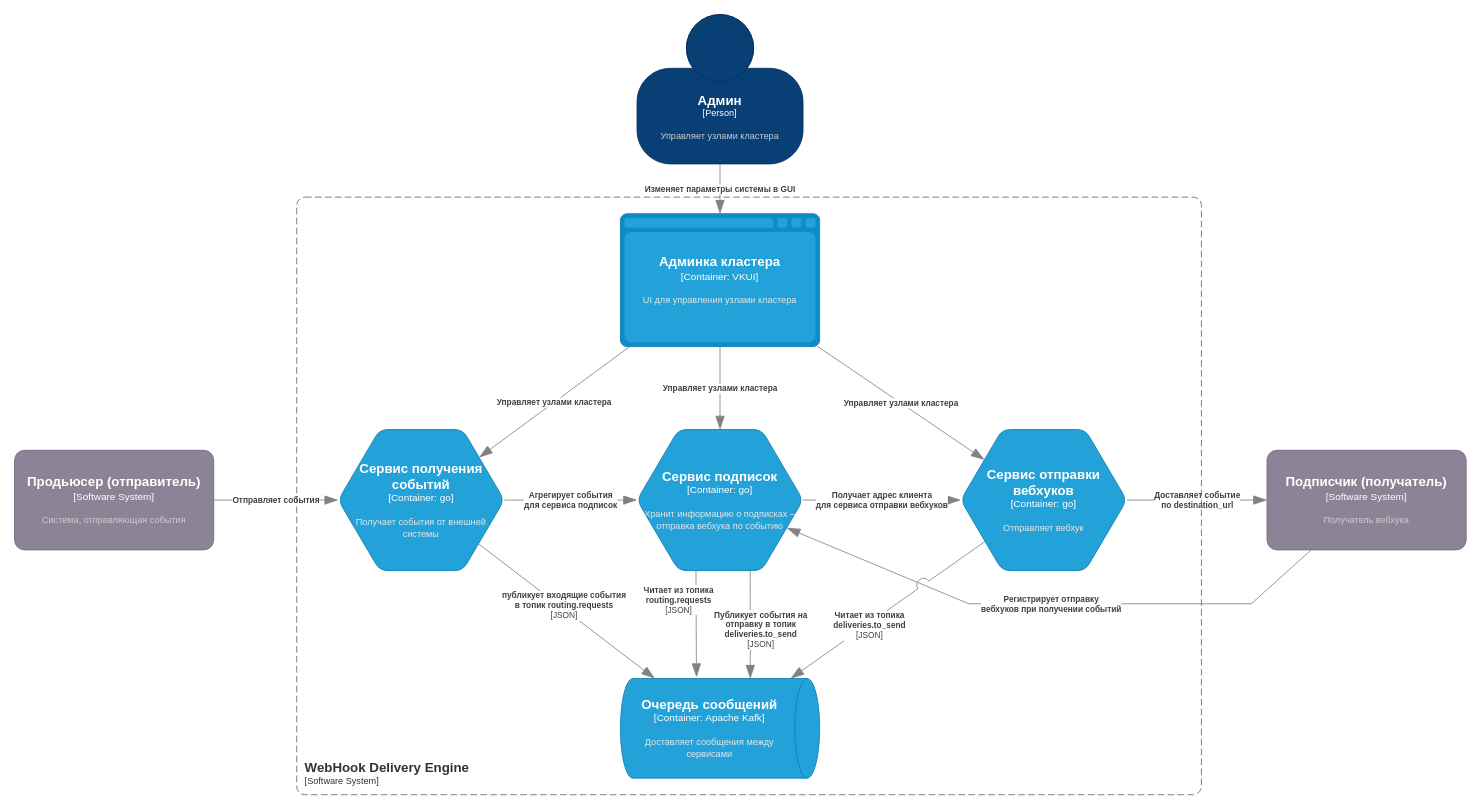
Above: docs/resources/c4-container.drawio in dws-1-2026-green/wiki (draw.io), before the change. Source tidied: cells renumbered, new cells numbered last; positions are measured from the earlier drawing's top-left corner, leaving out a move shared by most shapes. Both pictures are drawn from the tidied source at 83%, with x=0, y=0 at pixel (14, 14).
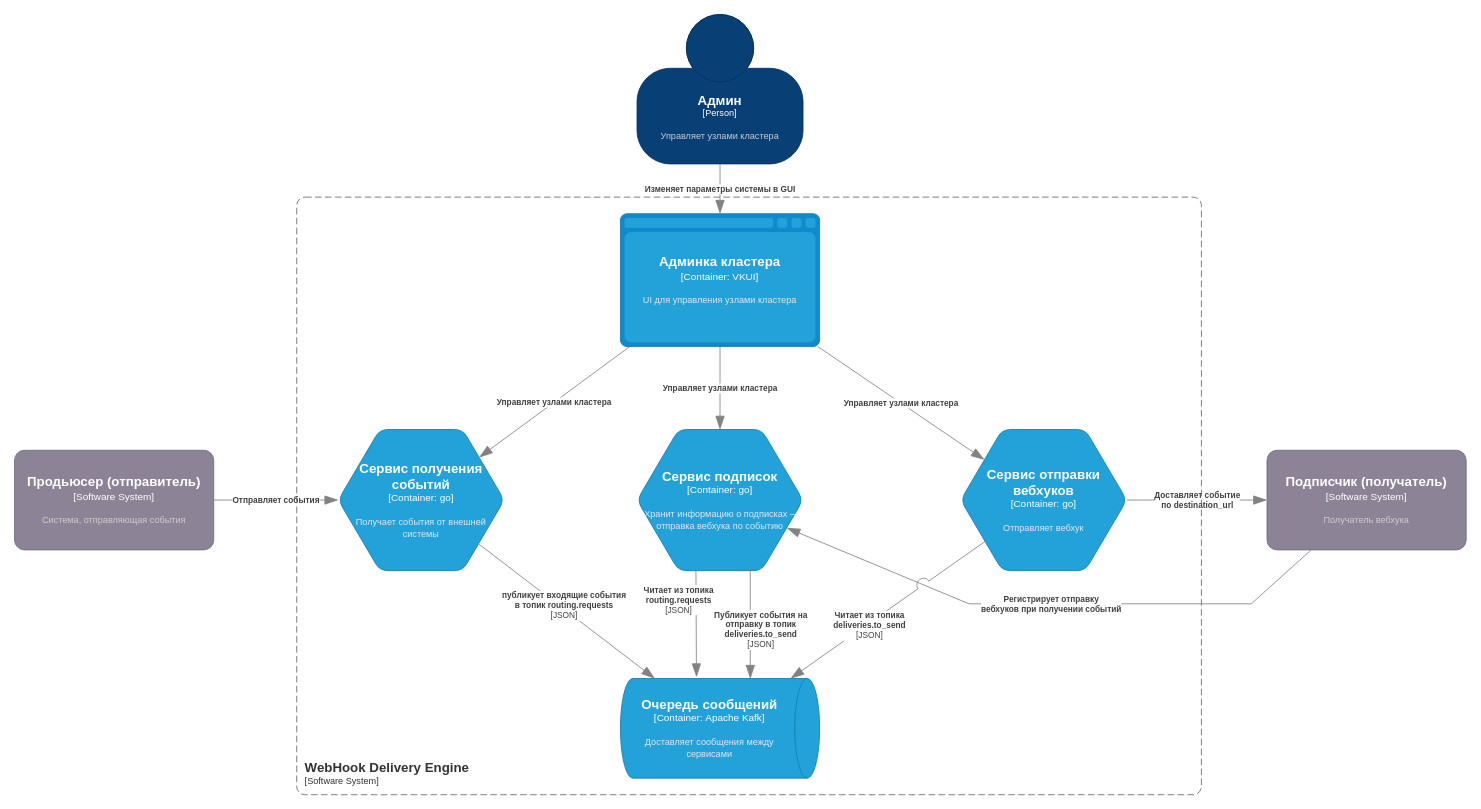
After the change.

Commit message:
Update c4-container: remove direct service interaction

Unchanged cells that the change refers to:
```xml
<object id="16" label="&lt;font style=&quot;font-size: 16px&quot;&gt;&lt;b&gt;%c4Name%&lt;/b&gt;&lt;/font&gt;&lt;div&gt;[%c4Type%:&amp;nbsp;%c4Technology%]&lt;/div&gt;&lt;br&gt;&lt;div&gt;&lt;font style=&quot;font-size: 11px&quot;&gt;&lt;font color=&quot;#E6E6E6&quot;&gt;%c4Description%&lt;/font&gt;&lt;/div&gt;" c4Description="Получает события от внешней системы" c4Name="Сервис получения событий" c4Technology="go" c4Type="Container" placeholders="1">
  <mxCell style="shape=hexagon;size=50;perimeter=hexagonPerimeter2;whiteSpace=wrap;html=1;fixedSize=1;rounded=1;labelBackgroundColor=none;fillColor=#23A2D9;fontSize=12;fontColor=#ffffff;align=center;strokeColor=#0E7DAD;points=[[0.5,0,0],[1,0.25,0],[1,0.5,0],[1,0.75,0],[0.5,1,0],[0,0.75,0],[0,0.5,0],[0,0.25,0]];" parent="1" vertex="1">
    <mxGeometry x="390" y="500" width="200" height="170" as="geometry" />
  </mxCell>
</object>
<object id="17" label="&lt;font style=&quot;font-size: 16px&quot;&gt;&lt;b&gt;%c4Name%&lt;/b&gt;&lt;/font&gt;&lt;div&gt;[%c4Type%:&amp;nbsp;%c4Technology%]&lt;/div&gt;&lt;br&gt;&lt;div&gt;&lt;font style=&quot;font-size: 11px&quot;&gt;&lt;font color=&quot;#E6E6E6&quot;&gt;%c4Description%&lt;/font&gt;&lt;/div&gt;" c4Description="Хранит информацию о подписках – отправка вебхука по событию" c4Name="Сервис подписок" c4Technology="go" c4Type="Container" placeholders="1">
  <mxCell style="shape=hexagon;size=50;perimeter=hexagonPerimeter2;whiteSpace=wrap;html=1;fixedSize=1;rounded=1;labelBackgroundColor=none;fillColor=#23A2D9;fontSize=12;fontColor=#ffffff;align=center;strokeColor=#0E7DAD;points=[[0.5,0,0],[1,0.25,0],[1,0.5,0],[1,0.75,0],[0.5,1,0],[0,0.75,0],[0,0.5,0],[0,0.25,0]];" parent="1" vertex="1">
    <mxGeometry x="750" y="500" width="200" height="170" as="geometry" />
  </mxCell>
</object>
<object id="18" label="&lt;font style=&quot;font-size: 16px&quot;&gt;&lt;b&gt;%c4Name%&lt;/b&gt;&lt;/font&gt;&lt;div&gt;[%c4Type%:&amp;nbsp;%c4Technology%]&lt;/div&gt;&lt;br&gt;&lt;div&gt;&lt;font style=&quot;font-size: 11px&quot;&gt;&lt;font color=&quot;#E6E6E6&quot;&gt;%c4Description%&lt;/font&gt;&lt;/div&gt;" c4Description="Отправляет вебхук " c4Name="Сервис отправки вебхуков" c4Technology="go" c4Type="Container" placeholders="1">
  <mxCell style="shape=hexagon;size=50;perimeter=hexagonPerimeter2;whiteSpace=wrap;html=1;fixedSize=1;rounded=1;labelBackgroundColor=none;fillColor=#23A2D9;fontSize=12;fontColor=#ffffff;align=center;strokeColor=#0E7DAD;points=[[0.5,0,0],[1,0.25,0],[1,0.5,0],[1,0.75,0],[0.5,1,0],[0,0.75,0],[0,0.5,0],[0,0.25,0]];" parent="1" vertex="1">
    <mxGeometry x="1140" y="500" width="200" height="170" as="geometry" />
  </mxCell>
</object>
```

What changed in the source:
```diff
@@
-    <object id="12" label="&lt;div style=&quot;text-align: left&quot;&gt;&lt;div style=&quot;text-align: center&quot;&gt;&lt;b&gt;%c4Description%&lt;/b&gt;&lt;/div&gt;" c4Description="Агрегирует события&#10;для сервиса подписок" placeholders="1">
-      <mxCell style="endArrow=blockThin;html=1;fontSize=10;fontColor=#404040;strokeWidth=1;endFill=1;strokeColor=#828282;elbow=vertical;endSize=14;startSize=14;jumpStyle=arc;jumpSize=16;rounded=0;" parent="1" edge="1" source="16" target="17">
-        <mxGeometry relative="1" as="geometry" />
-      </mxCell>
-    </object>
-    <object id="13" label="&lt;div style=&quot;text-align: left&quot;&gt;&lt;div style=&quot;text-align: center&quot;&gt;&lt;b&gt;%c4Description%&lt;/b&gt;&lt;/div&gt;" c4Description="Получает адрес клиента&#10;для сервиса отправки вебхуков" placeholders="1">
-      <mxCell style="endArrow=blockThin;html=1;fontSize=10;fontColor=#404040;strokeWidth=1;endFill=1;strokeColor=#828282;elbow=vertical;endSize=14;startSize=14;jumpStyle=arc;jumpSize=16;rounded=0;" parent="1" edge="1" source="17" target="18">
-        <mxGeometry relative="1" as="geometry" />
-      </mxCell>
-    </object>
```
